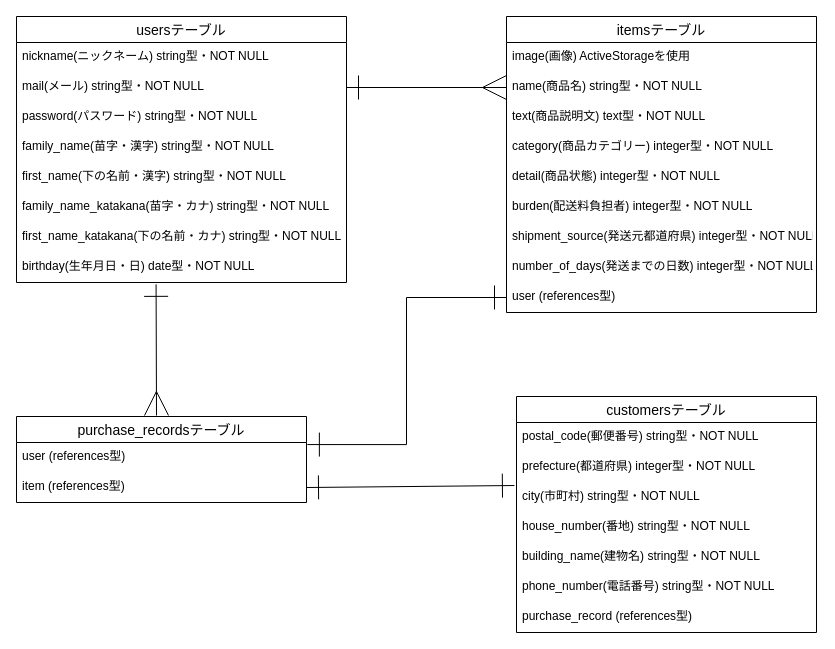
This is database.dio from NUKEDO/furima-31127, a draw.io file, before an edit. Source tidied: cells renumbered, new cells numbered last; positions are measured from the earlier drawing's top-left corner, leaving out a move shared by most shapes. Both pictures are drawn from the tidied source at 100%, with x=0, y=0 at pixel (16, 16).
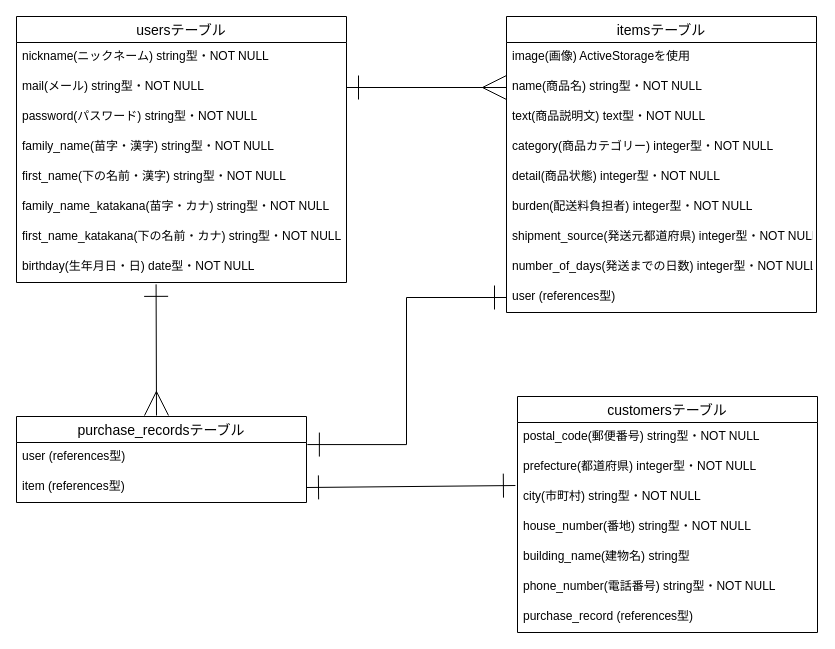
Above is the later version.

Commit message (it also covers changes not shown here):
データベース設計修正３

再度修正

The edit, as a diff of the source:
```diff
@@
     <mxCell id="13" value="customersテーブル" style="swimlane;fontStyle=0;horizontal=1;startSize=26;align=center;fontSize=14;" parent="1" vertex="1">
-      <mxGeometry x="500" y="380" width="300" height="236" as="geometry" />
+      <mxGeometry x="501" y="380" width="300" height="236" as="geometry" />
     </mxCell>
@@
-    <mxCell id="18" value="building_name(建物名) string型・NOT NULL" style="text;strokeColor=none;fillColor=none;spacingLeft=4;spacingRight=4;overflow=hidden;fontSize=12;" parent="13" vertex="1">
+    <mxCell id="18" value="building_name(建物名) string型" style="text;strokeColor=none;fillColor=none;spacingLeft=4;spacingRight=4;overflow=hidden;fontSize=12;" parent="13" vertex="1">
       <mxGeometry y="146" width="300" height="30" as="geometry" />
     </mxCell>
```
